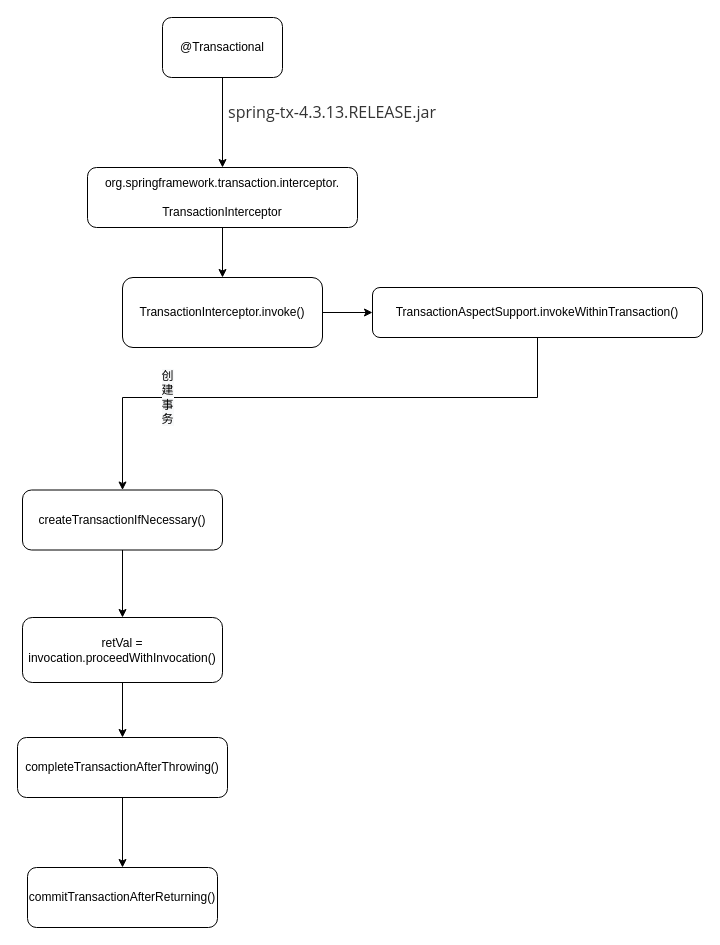
Earlier version of the draw.io diagram 微服务/分布式事务/Spring事务源码剖析.drawio (chenshuai1995/a-imgs). Source tidied: cells renumbered, new cells numbered last; positions are measured from the earlier drawing's top-left corner, leaving out a move shared by most shapes. Both pictures are drawn from the tidied source at 100%, with x=0, y=0 at pixel (17, 17).
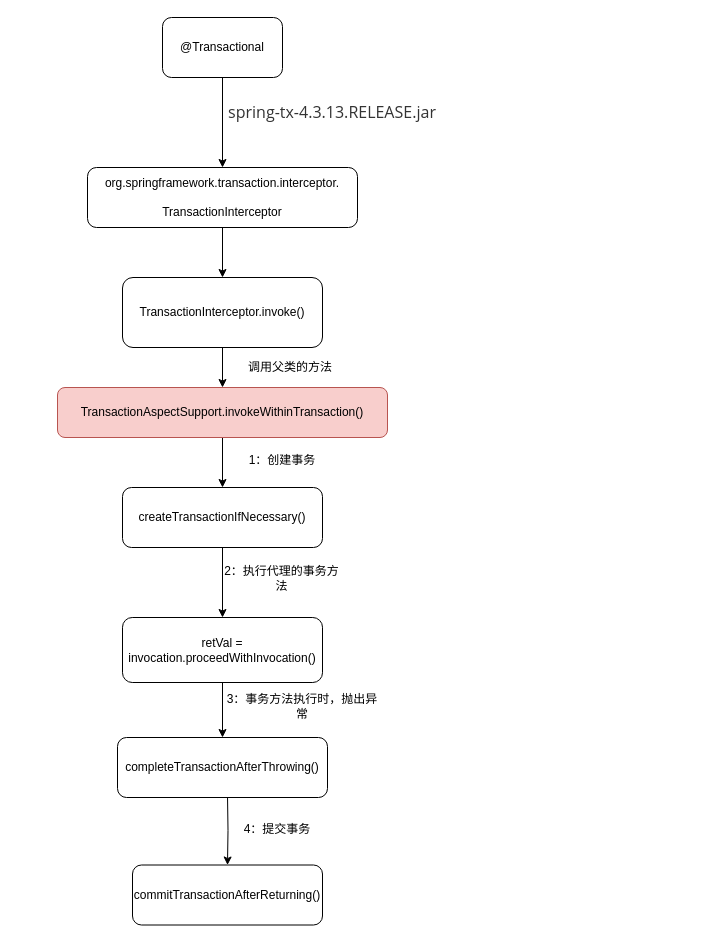
The same diagram, later.

Commit message (it also covers changes not shown here):
更新Spring事务源码剖析.drawio

Unchanged cells that the change refers to:
```xml
<mxCell id="8" value="TransactionInterceptor.invoke()" style="rounded=1;whiteSpace=wrap;html=1;" parent="1" vertex="1">
  <mxGeometry x="105" y="260" width="200" height="70" as="geometry" />
</mxCell>
```

Change to the diagram source:
```diff
@@
-    <mxCell id="7" style="edgeStyle=orthogonalEdgeStyle;rounded=0;jettySize=auto;html=1;entryX=0;entryY=0.5;entryDx=0;entryDy=0;" parent="1" edge="1" source="8" target="11">
+    <mxCell id="7" style="edgeStyle=orthogonalEdgeStyle;rounded=0;jettySize=auto;html=1;entryX=0.5;entryY=0;entryDx=0;entryDy=0;" parent="1" edge="1" source="8" target="11">
       <mxGeometry relative="1" as="geometry" />
     </mxCell>
@@
-    <mxCell id="9" style="edgeStyle=orthogonalEdgeStyle;rounded=0;jettySize=auto;html=1;" parent="1" edge="1" source="11" target="13">
-      <mxGeometry relative="1" as="geometry">
-        <Array as="points">
-          <mxPoint x="520" y="380" />
-          <mxPoint x="105" y="380" />
-        </Array>
-      </mxGeometry>
+    <mxCell id="9" style="edgeStyle=orthogonalEdgeStyle;rounded=0;jettySize=auto;html=1;entryX=0.5;entryY=0;entryDx=0;entryDy=0;" parent="1" edge="1" source="11" target="13">
+      <mxGeometry relative="1" as="geometry" />
     </mxCell>
-    <mxCell id="10" value="&lt;span style=&quot;white-space: normal ; background-color: rgb(248 , 249 , 250)&quot;&gt;创建事务&lt;/span&gt;" style="text;html=1;align=center;verticalAlign=middle;labelBackgroundColor=#ffffff;" parent="9" vertex="1">
-      <mxGeometry x="0.52" y="-1" relative="1" as="geometry" />
-    </mxCell>
-    <mxCell id="11" value="TransactionAspectSupport.invokeWithinTransaction()" style="rounded=1;whiteSpace=wrap;html=1;" parent="1" vertex="1">
-      <mxGeometry x="355" y="270" width="330" height="50" as="geometry" />
+    <mxCell id="11" value="TransactionAspectSupport.invokeWithinTransaction()" style="rounded=1;whiteSpace=wrap;html=1;fillColor=#f8cecc;strokeColor=#b85450;" parent="1" vertex="1">
+      <mxGeometry x="40" y="370" width="330" height="50" as="geometry" />
     </mxCell>
@@
     <mxCell id="13" value="createTransactionIfNecessary()" style="rounded=1;whiteSpace=wrap;html=1;" parent="1" vertex="1">
-      <mxGeometry x="5" y="472.5" width="200" height="60" as="geometry" />
+      <mxGeometry x="105" y="470" width="200" height="60" as="geometry" />
     </mxCell>
-    <mxCell id="14" style="edgeStyle=orthogonalEdgeStyle;rounded=0;jettySize=auto;html=1;" parent="1" edge="1" source="15" target="17">
+    <mxCell id="14" style="edgeStyle=orthogonalEdgeStyle;rounded=0;jettySize=auto;html=1;entryX=0.5;entryY=0;entryDx=0;entryDy=0;" parent="1" edge="1" source="15" target="17">
       <mxGeometry relative="1" as="geometry" />
     </mxCell>
     <mxCell id="15" value="retVal = invocation.proceedWithInvocation()" style="rounded=1;whiteSpace=wrap;html=1;" parent="1" vertex="1">
-      <mxGeometry x="5" y="600" width="200" height="65" as="geometry" />
+      <mxGeometry x="105" y="600" width="200" height="65" as="geometry" />
     </mxCell>
-    <mxCell id="16" style="edgeStyle=orthogonalEdgeStyle;rounded=0;jettySize=auto;html=1;entryX=0.5;entryY=0;entryDx=0;entryDy=0;" parent="1" edge="1" source="17" target="18">
-      <mxGeometry relative="1" as="geometry" />
+    <mxCell id="16" style="edgeStyle=orthogonalEdgeStyle;rounded=0;jettySize=auto;html=1;entryX=0.5;entryY=0;entryDx=0;entryDy=0;" parent="1" edge="1" target="18">
+      <mxGeometry relative="1" as="geometry">
+        <mxPoint x="210" y="777.5" as="sourcePoint" />
+      </mxGeometry>
     </mxCell>
     <mxCell id="17" value="completeTransactionAfterThrowing()" style="rounded=1;whiteSpace=wrap;html=1;" parent="1" vertex="1">
-      <mxGeometry y="720" width="210" height="60" as="geometry" />
+      <mxGeometry x="100" y="720" width="210" height="60" as="geometry" />
     </mxCell>
     <mxCell id="18" value="commitTransactionAfterReturning()" style="rounded=1;whiteSpace=wrap;html=1;" parent="1" vertex="1">
-      <mxGeometry x="10" y="850" width="190" height="60" as="geometry" />
+      <mxGeometry x="115" y="847.5" width="190" height="60" as="geometry" />
     </mxCell>
+    <mxCell id="19" value="调用父类的方法" style="text;html=1;strokeColor=none;fillColor=none;align=center;verticalAlign=middle;whiteSpace=wrap;rounded=0;" parent="1" vertex="1">
+      <mxGeometry x="218" y="345" width="110" height="10" as="geometry" />
+    </mxCell>
+    <mxCell id="20" value="1：创建事务" style="text;html=1;strokeColor=none;fillColor=none;align=center;verticalAlign=middle;whiteSpace=wrap;rounded=0;" parent="1" vertex="1">
+      <mxGeometry x="225" y="435" width="80" height="15" as="geometry" />
+    </mxCell>
+    <mxCell id="21" value="2：执行代理的事务方法" style="text;html=1;strokeColor=none;fillColor=none;align=center;verticalAlign=middle;whiteSpace=wrap;rounded=0;" parent="1" vertex="1">
+      <mxGeometry x="201" y="540" width="127" height="41" as="geometry" />
+    </mxCell>
+    <mxCell id="22" value="3：事务方法执行时，抛出异常" style="text;html=1;strokeColor=none;fillColor=none;align=center;verticalAlign=middle;whiteSpace=wrap;rounded=0;" parent="1" vertex="1">
+      <mxGeometry x="205" y="680" width="160" height="17" as="geometry" />
+    </mxCell>
+    <mxCell id="23" value="4：提交事务" style="text;html=1;strokeColor=none;fillColor=none;align=center;verticalAlign=middle;whiteSpace=wrap;rounded=0;" parent="1" vertex="1">
+      <mxGeometry x="225" y="804" width="70" height="16" as="geometry" />
+    </mxCell>
```
